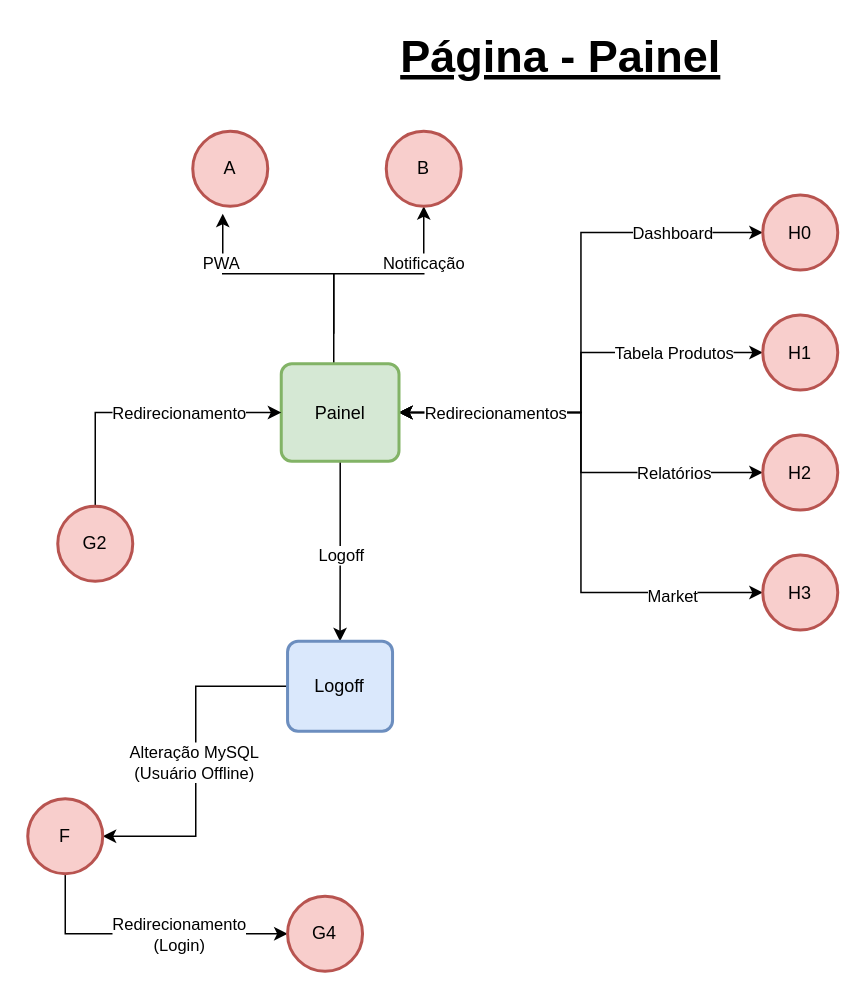
Before: page "Flow - Painel" (7 of 15) of TCC/Flow.drawio in CSFelix/UML, a draw.io diagram. Source tidied: cells renumbered, new cells numbered last; positions are measured from the earlier drawing's top-left corner, leaving out a move shared by most shapes. Both pictures are drawn from the tidied source at 150%, with x=0, y=0 at pixel (27, 26).
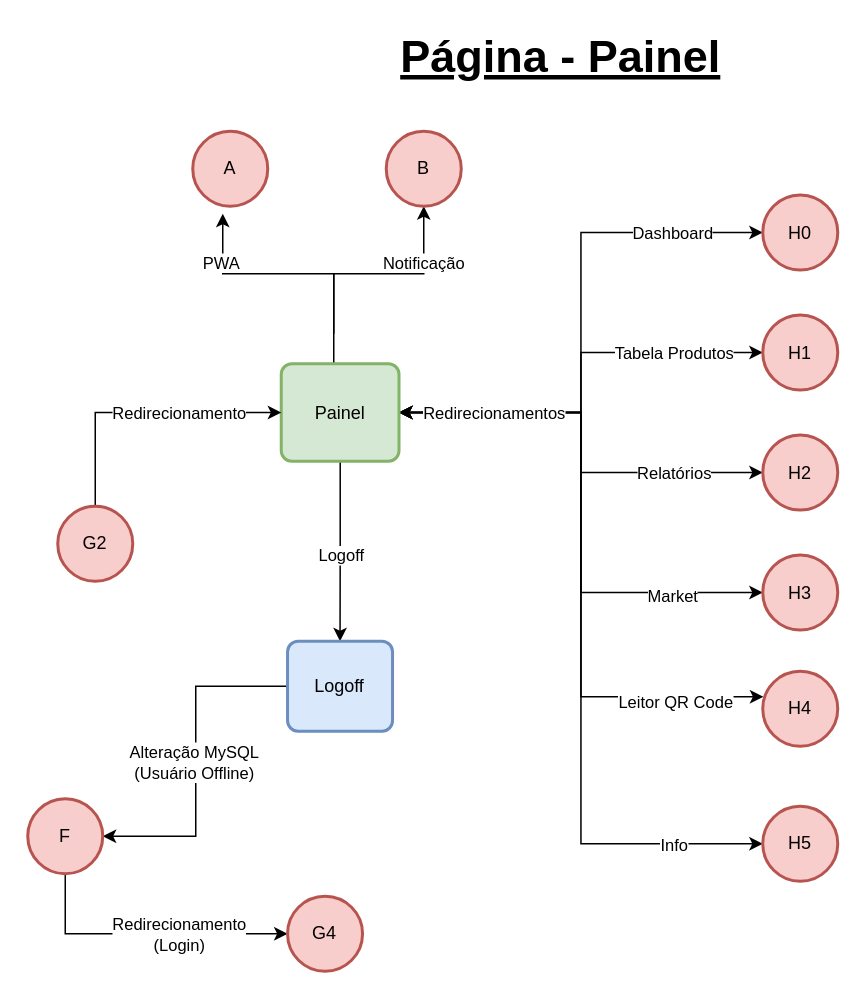
Above is the later version.

Unchanged cells that the change refers to:
```xml
<mxCell id="13" style="edgeStyle=orthogonalEdgeStyle;rounded=0;jettySize=auto;html=1;entryX=0;entryY=0.5;entryDx=0;entryDy=0;entryPerimeter=0;startArrow=classic;startFill=1;endArrow=classic;endFill=1;" parent="1" edge="1" source="18" target="27">
  <mxGeometry relative="1" as="geometry" />
</mxCell>
<mxCell id="18" value="Painel" style="rounded=1;whiteSpace=wrap;html=1;absoluteArcSize=1;arcSize=14;strokeWidth=2;fillColor=#d5e8d4;strokeColor=#82b366;" parent="1" vertex="1">
  <mxGeometry x="169" y="225" width="78.5" height="65" as="geometry" />
</mxCell>
```

Diff of the diagram source:
```diff
@@
-    <mxCell id="14" value="Redirecionamentos" style="edgeLabel;html=1;align=center;verticalAlign=middle;" parent="13" vertex="1">
-      <mxGeometry x="-0.83" y="-3" relative="1" as="geometry">
-        <mxPoint x="32.5" y="-3" as="offset" />
-      </mxGeometry>
-    </mxCell>
@@
+    <mxCell id="35" style="edgeStyle=orthogonalEdgeStyle;rounded=0;jettySize=auto;html=1;entryX=0.008;entryY=0.34;entryDx=0;entryDy=0;entryPerimeter=0;" parent="1" edge="1" source="18" target="39">
+      <mxGeometry relative="1" as="geometry" />
+    </mxCell>
+    <mxCell id="36" value="Leitor QR Code" style="edgeLabel;html=1;align=center;verticalAlign=middle;" parent="35" vertex="1">
+      <mxGeometry x="0.66" y="2" relative="1" as="geometry">
+        <mxPoint x="14" y="5" as="offset" />
+      </mxGeometry>
+    </mxCell>
+    <mxCell id="37" style="edgeStyle=orthogonalEdgeStyle;rounded=0;jettySize=auto;html=1;entryX=0;entryY=0.5;entryDx=0;entryDy=0;entryPerimeter=0;" parent="1" edge="1" source="18" target="40">
+      <mxGeometry relative="1" as="geometry" />
+    </mxCell>
+    <mxCell id="38" value="Info" style="edgeLabel;html=1;align=center;verticalAlign=middle;" parent="37" vertex="1">
+      <mxGeometry x="0.69" relative="1" as="geometry">
+        <mxPoint x="22" as="offset" />
+      </mxGeometry>
+    </mxCell>
+    <mxCell id="14" value="Redirecionamentos" style="edgeLabel;html=1;align=center;verticalAlign=middle;" parent="37" vertex="1">
+      <mxGeometry x="-0.82" relative="1" as="geometry">
+        <mxPoint x="15" as="offset" />
+      </mxGeometry>
+    </mxCell>
@@
+    <mxCell id="39" value="H4" style="strokeWidth=2;html=1;shape=mxgraph.flowchart.start_2;whiteSpace=wrap;fillColor=#f8cecc;strokeColor=#b85450;" parent="1" vertex="1">
+      <mxGeometry x="490" y="430" width="50" height="50" as="geometry" />
+    </mxCell>
+    <mxCell id="40" value="H5" style="strokeWidth=2;html=1;shape=mxgraph.flowchart.start_2;whiteSpace=wrap;fillColor=#f8cecc;strokeColor=#b85450;" parent="1" vertex="1">
+      <mxGeometry x="490" y="520" width="50" height="50" as="geometry" />
+    </mxCell>
```
